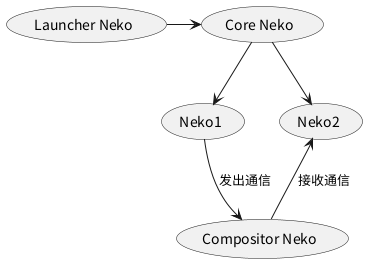
Before: docs/liquidneko_strcut.png, a diagram exported from PlantUML (MinkieYume/LiquidNeko). Its diagram source:
```plantuml
@startuml
(Launcher Neko) -> (Core Neko)
(Core Neko) --> (Neko1)
(Core Neko) --> (Neko2)
(Neko1) --> (Compositor Neko):发出通信
(Neko2) <-- (Compositor Neko):接收通信
@enduml
```
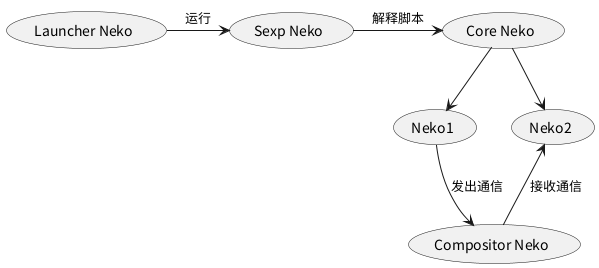
The same diagram one commit later.

The edit, as a diff of the source:
```diff
@@ -1,5 +1,6 @@
 @startuml
-(Launcher Neko) -> (Core Neko)
+(Launcher Neko) -> (Sexp Neko):运行
+(Sexp Neko) -> (Core Neko):解释脚本
 (Core Neko) --> (Neko1)
 (Core Neko) --> (Neko2)
 (Neko1) --> (Compositor Neko):发出通信
```
